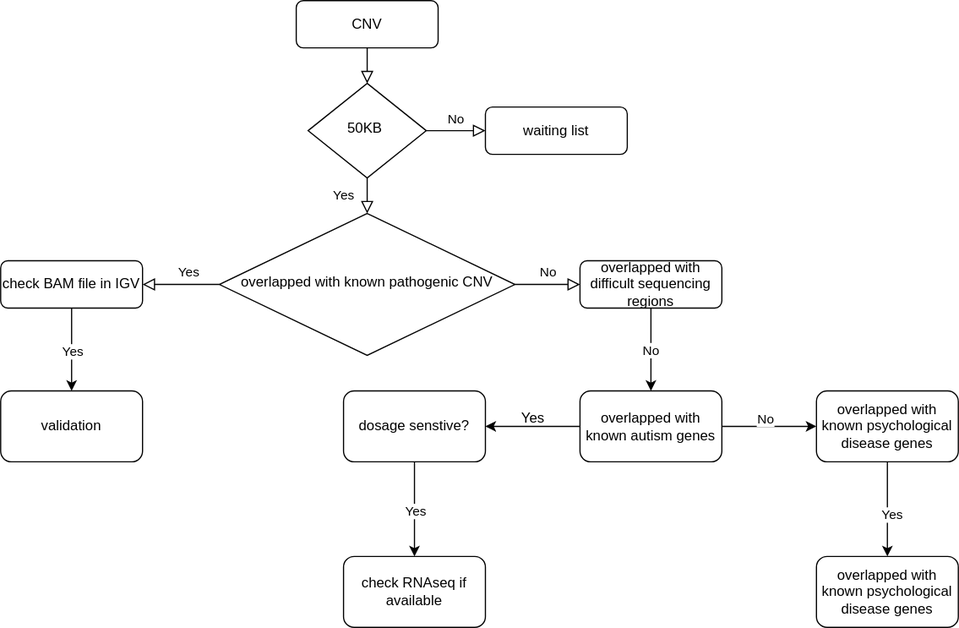
Above: Untitled Diagram.drawio.svg in ShirleyLiu-BCH/workflow (draw.io), before the change. Source tidied: cells renumbered, new cells last; positions are measured from the earlier drawing's top-left corner, leaving out a move shared by most shapes.
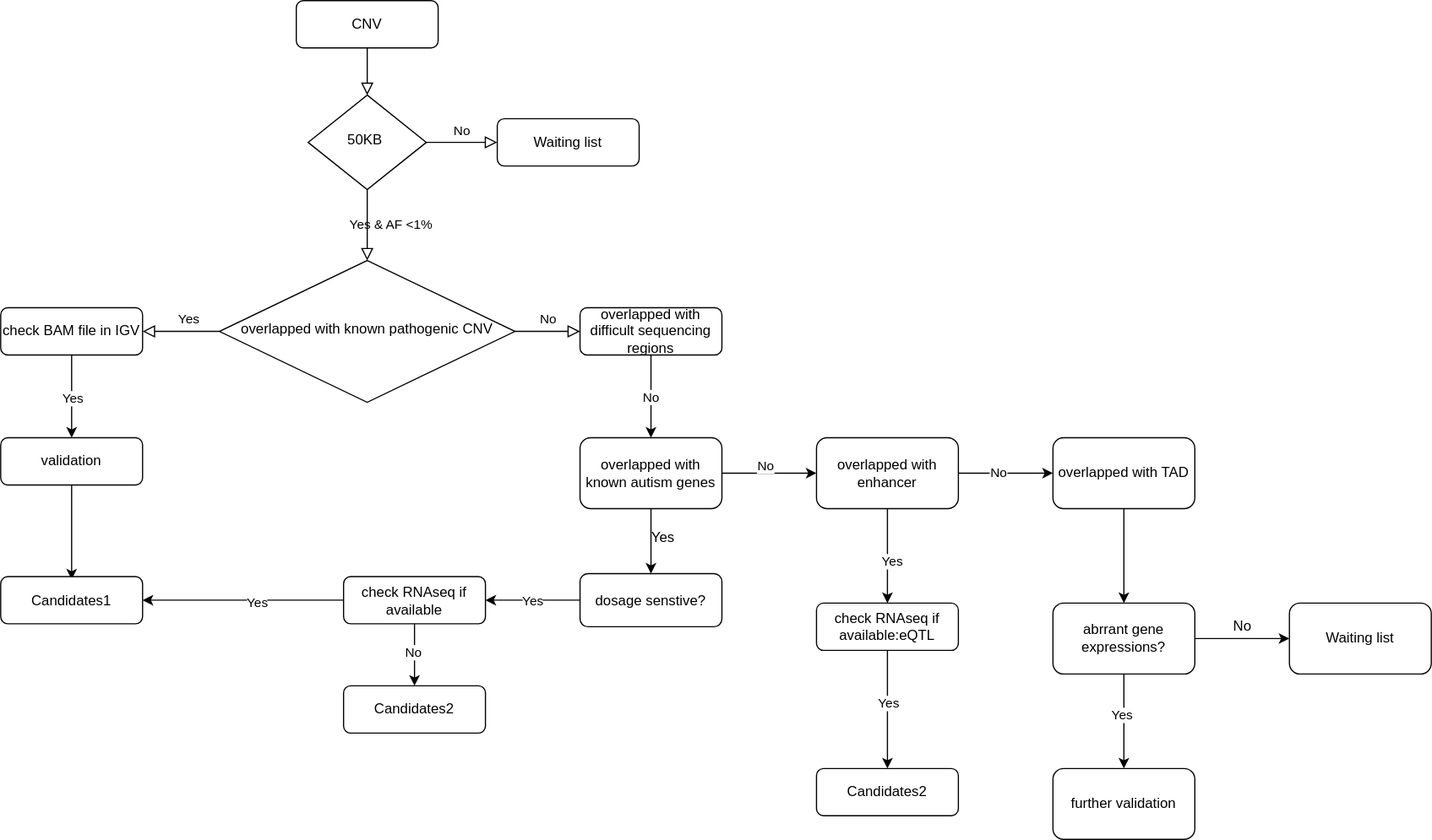
After the commit.

Change to the diagram source:
```diff
@@ -6,19 +6,19 @@
       <mxGeometry relative="1" as="geometry" />
     </mxCell>
     <mxCell id="3" value="CNV" style="rounded=1;whiteSpace=wrap;html=1;fontSize=12;glass=0;strokeWidth=1;shadow=0;" parent="1" vertex="1">
-      <mxGeometry x="250" width="120" height="40" as="geometry" />
+      <mxGeometry x="250" y="-40" width="120" height="40" as="geometry" />
     </mxCell>
-    <mxCell id="4" value="Yes" style="rounded=0;html=1;jettySize=auto;fontSize=11;endArrow=block;endFill=0;endSize=8;strokeWidth=1;shadow=0;labelBackgroundColor=none;edgeStyle=orthogonalEdgeStyle;" parent="1" edge="1" source="6" target="10">
+    <mxCell id="4" value="Yes &amp;amp; AF &amp;lt;1%" style="rounded=0;html=1;jettySize=auto;fontSize=11;endArrow=block;endFill=0;endSize=8;strokeWidth=1;shadow=0;labelBackgroundColor=none;edgeStyle=orthogonalEdgeStyle;" parent="1" edge="1" source="6" target="10">
       <mxGeometry y="20" relative="1" as="geometry" />
     </mxCell>
     <mxCell id="5" value="No" style="edgeStyle=orthogonalEdgeStyle;rounded=0;html=1;jettySize=auto;fontSize=11;endArrow=block;endFill=0;endSize=8;strokeWidth=1;shadow=0;labelBackgroundColor=none;" parent="1" edge="1" source="6" target="7">
       <mxGeometry y="10" relative="1" as="geometry" />
     </mxCell>
     <mxCell id="6" value="50KB&amp;nbsp;" style="rhombus;whiteSpace=wrap;html=1;shadow=0;fontFamily=Helvetica;fontSize=12;align=center;strokeWidth=1;spacing=6;spacingTop=-4;" parent="1" vertex="1">
-      <mxGeometry x="260" y="70" width="100" height="80" as="geometry" />
+      <mxGeometry x="260" y="40" width="100" height="80" as="geometry" />
     </mxCell>
-    <mxCell id="7" value="waiting list" style="rounded=1;whiteSpace=wrap;html=1;fontSize=12;glass=0;strokeWidth=1;shadow=0;" parent="1" vertex="1">
-      <mxGeometry x="410" y="90" width="120" height="40" as="geometry" />
+    <mxCell id="7" value="Waiting list" style="rounded=1;whiteSpace=wrap;html=1;fontSize=12;glass=0;strokeWidth=1;shadow=0;" parent="1" vertex="1">
+      <mxGeometry x="420" y="60" width="120" height="40" as="geometry" />
     </mxCell>
     <mxCell id="8" value="Yes" style="rounded=0;html=1;jettySize=auto;fontSize=11;endArrow=block;endFill=0;endSize=8;strokeWidth=1;shadow=0;labelBackgroundColor=none;edgeStyle=orthogonalEdgeStyle;exitX=0;exitY=0.5;exitDx=0;exitDy=0;" parent="1" edge="1" source="10" target="13">
       <mxGeometry x="-0.2" y="-10" relative="1" as="geometry" />
@@ -50,8 +50,13 @@
     <mxCell id="17" style="edgeStyle=orthogonalEdgeStyle;rounded=0;orthogonalLoop=1;jettySize=auto;html=1;exitX=0.5;exitY=1;exitDx=0;exitDy=0;" parent="1" edge="1" source="10" target="10">
       <mxGeometry relative="1" as="geometry" />
     </mxCell>
+    <mxCell id="32" style="edgeStyle=orthogonalEdgeStyle;rounded=0;jettySize=auto;html=1;" parent="1" edge="1" source="18">
+      <mxGeometry relative="1" as="geometry">
+        <mxPoint x="60" y="450" as="targetPoint" />
+      </mxGeometry>
+    </mxCell>
     <mxCell id="18" value="validation" style="rounded=1;whiteSpace=wrap;html=1;glass=0;strokeWidth=1;shadow=0;" parent="1" vertex="1">
-      <mxGeometry y="330" width="120" height="60" as="geometry" />
+      <mxGeometry y="330" width="120" height="40" as="geometry" />
     </mxCell>
     <mxCell id="19" style="edgeStyle=orthogonalEdgeStyle;rounded=0;jettySize=auto;html=1;" parent="1" edge="1" source="22" target="25">
       <mxGeometry relative="1" as="geometry" />
@@ -71,7 +76,13 @@
     <mxCell id="24" value="Yes" style="edgeLabel;html=1;align=center;verticalAlign=middle;" parent="23" vertex="1">
       <mxGeometry x="0.1" y="3" relative="1" as="geometry" />
     </mxCell>
+    <mxCell id="33" style="edgeStyle=orthogonalEdgeStyle;rounded=0;jettySize=auto;html=1;" parent="1" edge="1" source="25" target="46">
+      <mxGeometry relative="1" as="geometry" />
+    </mxCell>
+    <mxCell id="34" value="No" style="edgeLabel;html=1;align=center;verticalAlign=middle;" parent="33" vertex="1">
+      <mxGeometry x="-0.17" y="1" relative="1" as="geometry" />
+    </mxCell>
-    <mxCell id="25" value="overlapped with known psychological disease genes" style="whiteSpace=wrap;html=1;rounded=1;glass=0;strokeWidth=1;shadow=0;" parent="1" vertex="1">
+    <mxCell id="25" value="overlapped with enhancer" style="whiteSpace=wrap;html=1;rounded=1;glass=0;strokeWidth=1;shadow=0;" parent="1" vertex="1">
       <mxGeometry x="690" y="330" width="120" height="60" as="geometry" />
     </mxCell>
     <mxCell id="26" style="edgeStyle=orthogonalEdgeStyle;rounded=0;jettySize=auto;html=1;" parent="1" edge="1" source="28" target="30">
@@ -81,16 +92,78 @@
       <mxGeometry x="0.03" relative="1" as="geometry" />
     </mxCell>
     <mxCell id="28" value="dosage senstive?" style="whiteSpace=wrap;html=1;rounded=1;glass=0;strokeWidth=1;shadow=0;" parent="1" vertex="1">
-      <mxGeometry x="290" y="330" width="120" height="60" as="geometry" />
+      <mxGeometry x="490" y="445" width="120" height="45" as="geometry" />
     </mxCell>
     <mxCell id="29" value="Yes" style="text;html=1;align=center;verticalAlign=middle;strokeColor=none;fillColor=none;" parent="1" vertex="1">
-      <mxGeometry x="430" y="338" width="40" height="30" as="geometry" />
+      <mxGeometry x="540" y="400" width="40" height="30" as="geometry" />
     </mxCell>
+    <mxCell id="35" style="edgeStyle=orthogonalEdgeStyle;rounded=0;jettySize=auto;html=1;" parent="1" edge="1" source="30" target="41">
+      <mxGeometry relative="1" as="geometry">
+        <Array as="points">
+          <mxPoint x="350" y="570" />
+          <mxPoint x="350" y="570" />
+        </Array>
+      </mxGeometry>
+    </mxCell>
+    <mxCell id="36" value="No" style="edgeLabel;html=1;align=center;verticalAlign=middle;" parent="35" vertex="1">
+      <mxGeometry x="-0.1" y="-2" relative="1" as="geometry" />
+    </mxCell>
+    <mxCell id="37" style="edgeStyle=orthogonalEdgeStyle;rounded=0;jettySize=auto;html=1;" parent="1" edge="1" source="30" target="43">
+      <mxGeometry relative="1" as="geometry" />
+    </mxCell>
+    <mxCell id="38" value="Yes" style="edgeLabel;html=1;align=center;verticalAlign=middle;" parent="37" vertex="1">
+      <mxGeometry x="-0.13" y="2" relative="1" as="geometry" />
+    </mxCell>
     <mxCell id="30" value="check RNAseq if available" style="whiteSpace=wrap;html=1;rounded=1;glass=0;strokeWidth=1;shadow=0;" parent="1" vertex="1">
-      <mxGeometry x="290" y="470" width="120" height="60" as="geometry" />
+      <mxGeometry x="290" y="447.5" width="120" height="40" as="geometry" />
     </mxCell>
+    <mxCell id="39" style="edgeStyle=orthogonalEdgeStyle;rounded=0;jettySize=auto;html=1;" parent="1" edge="1" source="31" target="42">
+      <mxGeometry relative="1" as="geometry" />
+    </mxCell>
+    <mxCell id="40" value="Yes" style="edgeLabel;html=1;align=center;verticalAlign=middle;" parent="39" vertex="1">
+      <mxGeometry x="-0.12" relative="1" as="geometry" />
+    </mxCell>
-    <mxCell id="31" value="overlapped with known psychological disease genes" style="whiteSpace=wrap;html=1;rounded=1;glass=0;strokeWidth=1;shadow=0;" parent="1" vertex="1">
-      <mxGeometry x="690" y="470" width="120" height="60" as="geometry" />
+    <mxCell id="31" value="check RNAseq if available:eQTL" style="whiteSpace=wrap;html=1;rounded=1;glass=0;strokeWidth=1;shadow=0;" parent="1" vertex="1">
+      <mxGeometry x="690" y="470" width="120" height="40" as="geometry" />
     </mxCell>
+    <mxCell id="41" value="Candidates2" style="whiteSpace=wrap;html=1;rounded=1;glass=0;strokeWidth=1;shadow=0;" parent="1" vertex="1">
+      <mxGeometry x="290" y="540" width="120" height="40" as="geometry" />
+    </mxCell>
+    <mxCell id="42" value="Candidates2" style="whiteSpace=wrap;html=1;rounded=1;glass=0;strokeWidth=1;shadow=0;" parent="1" vertex="1">
+      <mxGeometry x="690" y="610" width="120" height="40" as="geometry" />
+    </mxCell>
+    <mxCell id="43" value="Candidates1" style="whiteSpace=wrap;html=1;rounded=1;glass=0;strokeWidth=1;shadow=0;" parent="1" vertex="1">
+      <mxGeometry y="447.5" width="120" height="40" as="geometry" />
+    </mxCell>
+    <mxCell id="44" style="edgeStyle=orthogonalEdgeStyle;rounded=0;orthogonalLoop=1;jettySize=auto;html=1;exitX=0.5;exitY=1;exitDx=0;exitDy=0;" parent="1" edge="1" source="43" target="43">
+      <mxGeometry relative="1" as="geometry" />
+    </mxCell>
+    <mxCell id="45" style="edgeStyle=orthogonalEdgeStyle;rounded=0;jettySize=auto;html=1;" parent="1" edge="1" source="46" target="50">
+      <mxGeometry relative="1" as="geometry" />
+    </mxCell>
+    <mxCell id="46" value="overlapped with TAD" style="whiteSpace=wrap;html=1;rounded=1;glass=0;strokeWidth=1;shadow=0;" parent="1" vertex="1">
+      <mxGeometry x="890" y="330" width="120" height="60" as="geometry" />
+    </mxCell>
+    <mxCell id="47" style="edgeStyle=orthogonalEdgeStyle;rounded=0;jettySize=auto;html=1;" parent="1" edge="1" source="50" target="51">
+      <mxGeometry relative="1" as="geometry" />
+    </mxCell>
+    <mxCell id="48" value="Yes&amp;nbsp;" style="edgeLabel;html=1;align=center;verticalAlign=middle;" parent="47" vertex="1">
+      <mxGeometry x="-0.15" y="-1" relative="1" as="geometry" />
+    </mxCell>
+    <mxCell id="49" style="edgeStyle=orthogonalEdgeStyle;rounded=0;jettySize=auto;html=1;" parent="1" edge="1" source="50" target="52">
+      <mxGeometry relative="1" as="geometry" />
+    </mxCell>
+    <mxCell id="50" value="abrrant gene expressions?" style="whiteSpace=wrap;html=1;rounded=1;glass=0;strokeWidth=1;shadow=0;" parent="1" vertex="1">
+      <mxGeometry x="890" y="470" width="120" height="60" as="geometry" />
+    </mxCell>
+    <mxCell id="51" value="further validation" style="whiteSpace=wrap;html=1;rounded=1;glass=0;strokeWidth=1;shadow=0;" parent="1" vertex="1">
+      <mxGeometry x="890" y="610" width="120" height="60" as="geometry" />
+    </mxCell>
+    <mxCell id="52" value="Waiting list" style="whiteSpace=wrap;html=1;rounded=1;glass=0;strokeWidth=1;shadow=0;" parent="1" vertex="1">
+      <mxGeometry x="1090" y="470" width="120" height="60" as="geometry" />
+    </mxCell>
+    <mxCell id="53" value="No" style="text;html=1;align=center;verticalAlign=middle;strokeColor=none;fillColor=none;" parent="1" vertex="1">
+      <mxGeometry x="1030" y="475" width="40" height="30" as="geometry" />
+    </mxCell>
   </root>
 </mxGraphModel>
```
